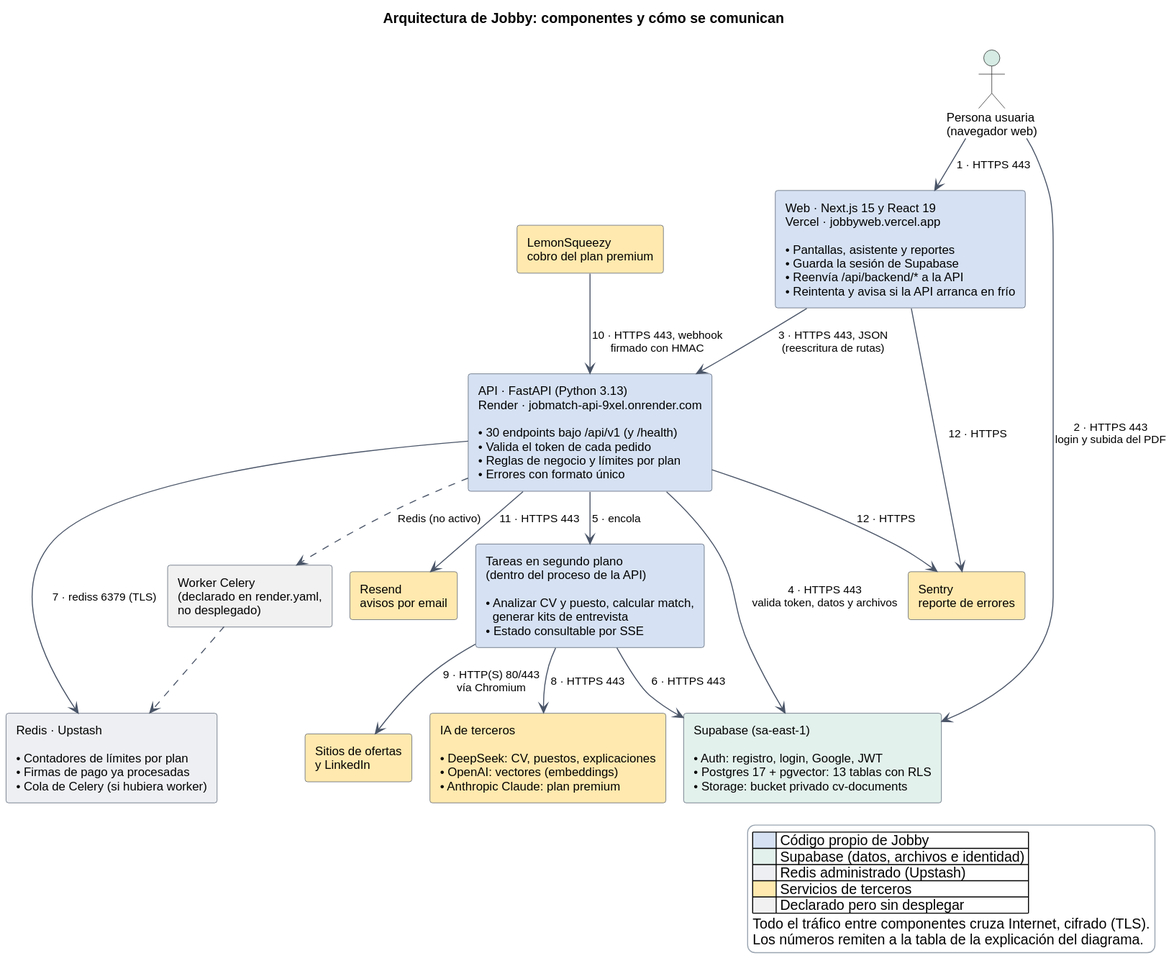
Above: docs/diagramas/arquitectura.svg in Buatishi/Jobby (PlantUML), before the change. Source of this version:
```plantuml
@startuml
!pragma layout smetana
top to bottom direction
skinparam shadowing false
skinparam defaultFontName Arial
skinparam defaultFontSize 12
skinparam ArrowColor #4A5568
skinparam ArrowFontSize 11
skinparam RectangleBorderColor #4A5568
skinparam legendBackgroundColor #FFFFFF
skinparam legendBorderColor #9AA5B1

title Arquitectura de Jobby: componentes y cómo se comunican

actor "Persona usuaria\n(navegador web)" as U #D5EBE3

rectangle "Web · Next.js 15 y React 19\nVercel · jobbyweb.vercel.app\n\n• Pantallas, asistente y reportes\n• Guarda la sesión de Supabase\n• Reenvía /api/backend/* a la API\n• Reintenta y avisa si la API arranca en frío" as WEB #D6E2F3

rectangle "API · FastAPI (Python 3.13)\nRender · jobmatch-api-9xel.onrender.com\n\n• 30 endpoints bajo /api/v1 (y /health)\n• Valida el token de cada pedido\n• Reglas de negocio y límites por plan\n• Errores con formato único" as API #D6E2F3

rectangle "Tareas en segundo plano\n(dentro del proceso de la API)\n\n• Analizar CV y puesto, calcular match,\n  generar kits de entrevista\n• Estado consultable por SSE" as TASK #D6E2F3

rectangle "Worker Celery\n(declarado en render.yaml,\nno desplegado)" as WORK #F1F1F1

rectangle "Supabase (sa-east-1)\n\n• Auth: registro, login, Google, JWT\n• Postgres 17 + pgvector: 13 tablas con RLS\n• Storage: bucket privado cv-documents" as SUP #E3F1EC

rectangle "Redis · Upstash\n\n• Contadores de límites por plan\n• Firmas de pago ya procesadas\n• Cola de Celery (si hubiera worker)" as RED #EDEFF2

rectangle "IA de terceros\n\n• DeepSeek: CV, puestos, explicaciones\n• OpenAI: vectores (embeddings)\n• Anthropic Claude: plan premium" as IA #FFE9AE

rectangle "LemonSqueezy\ncobro del plan premium" as LS #FFE9AE
rectangle "Resend\navisos por email" as RES #FFE9AE
rectangle "Sentry\nreporte de errores" as SEN #FFE9AE
rectangle "Sitios de ofertas\ny LinkedIn" as SITES #FFE9AE

U --> WEB : 1 · HTTPS 443
U --> SUP : 2 · HTTPS 443\nlogin y subida del PDF
WEB --> API : 3 · HTTPS 443, JSON\n(reescritura de rutas)
API --> SUP : 4 · HTTPS 443\nvalida token, datos y archivos
API --> TASK : 5 · encola
TASK --> SUP : 6 · HTTPS 443
API --> RED : 7 · rediss 6379 (TLS)
TASK --> IA : 8 · HTTPS 443
TASK --> SITES : 9 · HTTP(S) 80/443\nvía Chromium
LS --> API : 10 · HTTPS 443, webhook\nfirmado con HMAC
API --> RES : 11 · HTTPS 443
API --> SEN : 12 · HTTPS
WEB --> SEN : 12 · HTTPS
API ..> WORK : Redis (no activo)
WORK ..> RED

legend right
  |<#D6E2F3>      | Código propio de Jobby |
  |<#E3F1EC>      | Supabase (datos, archivos e identidad) |
  |<#EDEFF2>      | Redis administrado (Upstash) |
  |<#FFE9AE>      | Servicios de terceros |
  |<#F1F1F1>      | Declarado pero sin desplegar |
  Todo el tráfico entre componentes cruza Internet, cifrado (TLS).
  Los números remiten a la tabla de la explicación del diagrama.
endlegend
@enduml
```
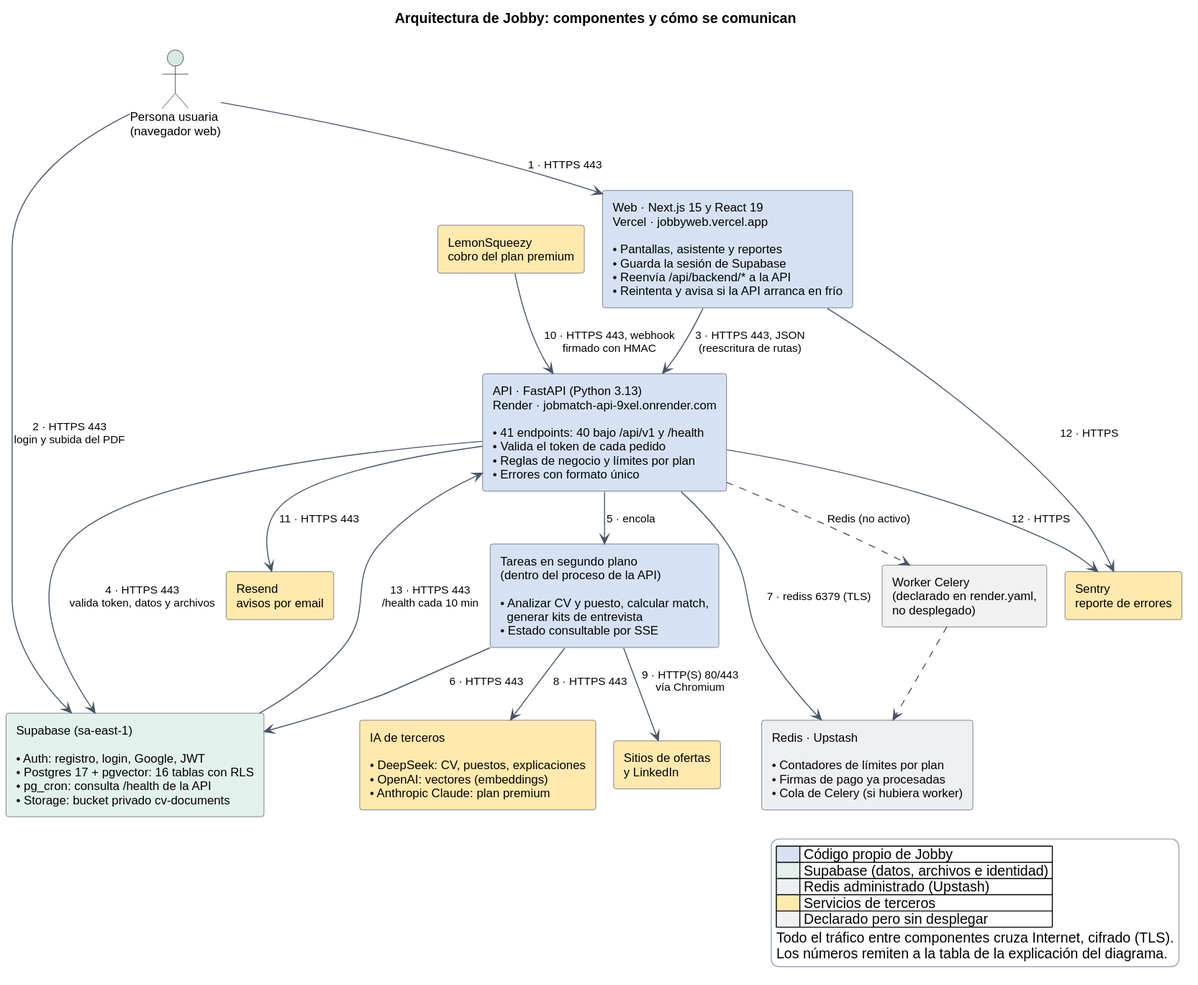
After the commit.

What changed in the source:
```diff
@@ -16,13 +16,13 @@
 
 rectangle "Web · Next.js 15 y React 19\nVercel · jobbyweb.vercel.app\n\n• Pantallas, asistente y reportes\n• Guarda la sesión de Supabase\n• Reenvía /api/backend/* a la API\n• Reintenta y avisa si la API arranca en frío" as WEB #D6E2F3
 
-rectangle "API · FastAPI (Python 3.13)\nRender · jobmatch-api-9xel.onrender.com\n\n• 30 endpoints bajo /api/v1 (y /health)\n• Valida el token de cada pedido\n• Reglas de negocio y límites por plan\n• Errores con formato único" as API #D6E2F3
+rectangle "API · FastAPI (Python 3.13)\nRender · jobmatch-api-9xel.onrender.com\n\n• 41 endpoints: 40 bajo /api/v1 y /health\n• Valida el token de cada pedido\n• Reglas de negocio y límites por plan\n• Errores con formato único" as API #D6E2F3
 
 rectangle "Tareas en segundo plano\n(dentro del proceso de la API)\n\n• Analizar CV y puesto, calcular match,\n  generar kits de entrevista\n• Estado consultable por SSE" as TASK #D6E2F3
 
 rectangle "Worker Celery\n(declarado en render.yaml,\nno desplegado)" as WORK #F1F1F1
 
-rectangle "Supabase (sa-east-1)\n\n• Auth: registro, login, Google, JWT\n• Postgres 17 + pgvector: 13 tablas con RLS\n• Storage: bucket privado cv-documents" as SUP #E3F1EC
+rectangle "Supabase (sa-east-1)\n\n• Auth: registro, login, Google, JWT\n• Postgres 17 + pgvector: 16 tablas con RLS\n• pg_cron: consulta /health de la API\n• Storage: bucket privado cv-documents" as SUP #E3F1EC
 
 rectangle "Redis · Upstash\n\n• Contadores de límites por plan\n• Firmas de pago ya procesadas\n• Cola de Celery (si hubiera worker)" as RED #EDEFF2
 
@@ -48,6 +48,7 @@
 WEB --> SEN : 12 · HTTPS
 API ..> WORK : Redis (no activo)
 WORK ..> RED
+SUP --> API : 13 · HTTPS 443\n/health cada 10 min
 
 legend right
   |<#D6E2F3>      | Código propio de Jobby |
```
